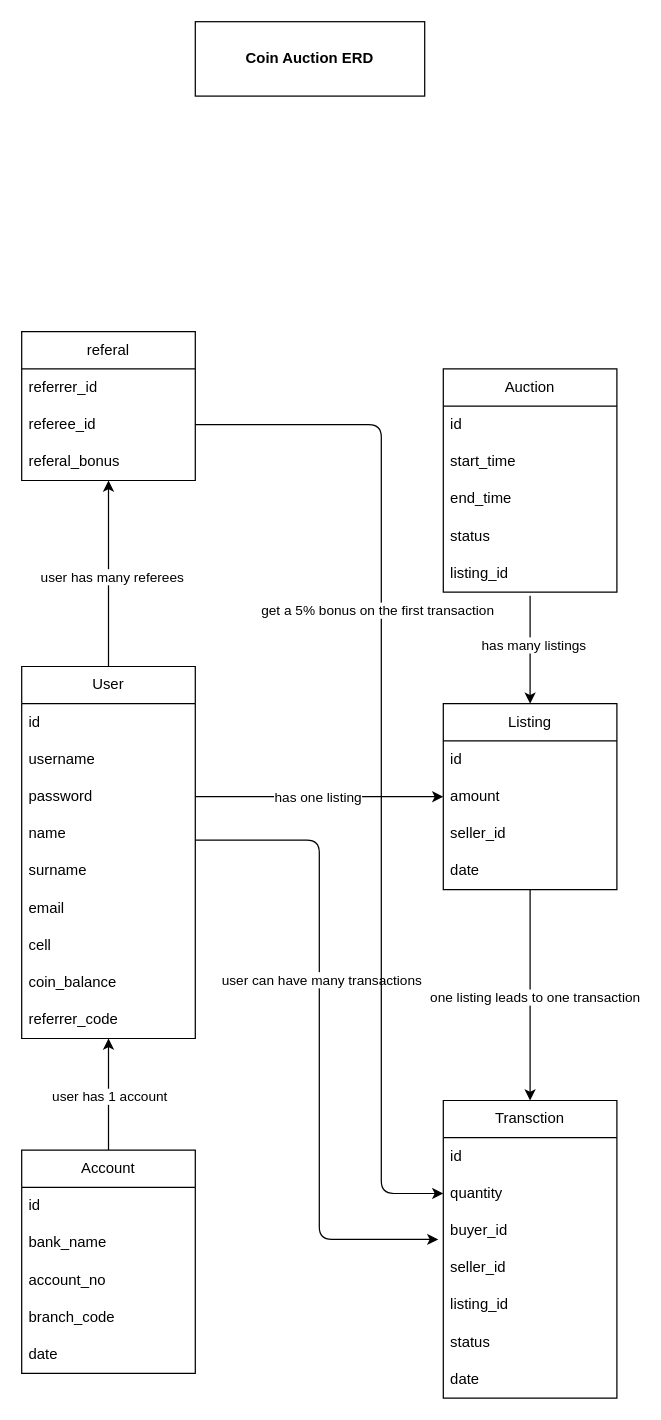
1789291/coin-fastapi keeps this draw.io diagram as ERD.drawio. Above is the earlier version. Source tidied: cells renumbered, new cells numbered last; positions are measured from the earlier drawing's top-left corner, leaving out a move shared by most shapes. Both pictures are drawn from the tidied source at 124%, with x=0, y=0 at pixel (21, 21).
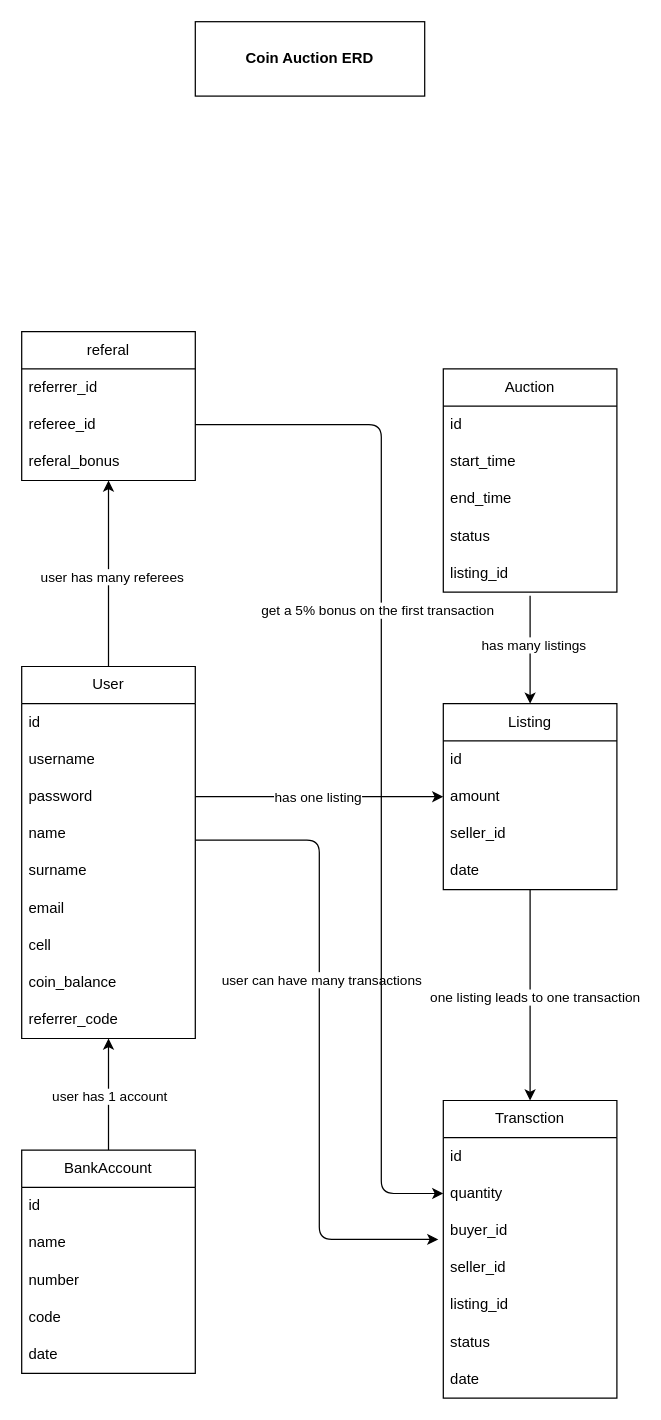
Above is the later version.

Commit message (it also covers changes not shown here):
added entities user,transaction,listing,auction,bank account, referral

Change to the diagram source:
```diff
@@
-    <mxCell id="28" value="Account" style="swimlane;fontStyle=0;horizontal=1;startSize=30;whiteSpace=wrap;html=1;" parent="1" vertex="1">
+    <mxCell id="28" value="BankAccount" style="swimlane;fontStyle=0;horizontal=1;startSize=30;whiteSpace=wrap;html=1;" parent="1" vertex="1">
       <mxGeometry y="910" width="140" height="180" as="geometry" />
     </mxCell>
@@
-    <mxCell id="30" value="bank_name" style="text;strokeColor=none;fillColor=none;align=left;verticalAlign=middle;spacingLeft=4;spacingRight=4;overflow=hidden;whiteSpace=wrap;html=1;" parent="28" vertex="1">
+    <mxCell id="30" value="name" style="text;strokeColor=none;fillColor=none;align=left;verticalAlign=middle;spacingLeft=4;spacingRight=4;overflow=hidden;whiteSpace=wrap;html=1;" parent="28" vertex="1">
       <mxGeometry y="60" width="140" height="30" as="geometry" />
     </mxCell>
-    <mxCell id="31" value="account_no" style="text;strokeColor=none;fillColor=none;align=left;verticalAlign=middle;spacingLeft=4;spacingRight=4;overflow=hidden;whiteSpace=wrap;html=1;" parent="28" vertex="1">
+    <mxCell id="31" value="number" style="text;strokeColor=none;fillColor=none;align=left;verticalAlign=middle;spacingLeft=4;spacingRight=4;overflow=hidden;whiteSpace=wrap;html=1;" parent="28" vertex="1">
       <mxGeometry y="90" width="140" height="30" as="geometry" />
     </mxCell>
-    <mxCell id="32" value="branch_code" style="text;strokeColor=none;fillColor=none;align=left;verticalAlign=middle;spacingLeft=4;spacingRight=4;overflow=hidden;whiteSpace=wrap;html=1;" parent="28" vertex="1">
+    <mxCell id="32" value="code" style="text;strokeColor=none;fillColor=none;align=left;verticalAlign=middle;spacingLeft=4;spacingRight=4;overflow=hidden;whiteSpace=wrap;html=1;" parent="28" vertex="1">
       <mxGeometry y="120" width="140" height="30" as="geometry" />
     </mxCell>
```
